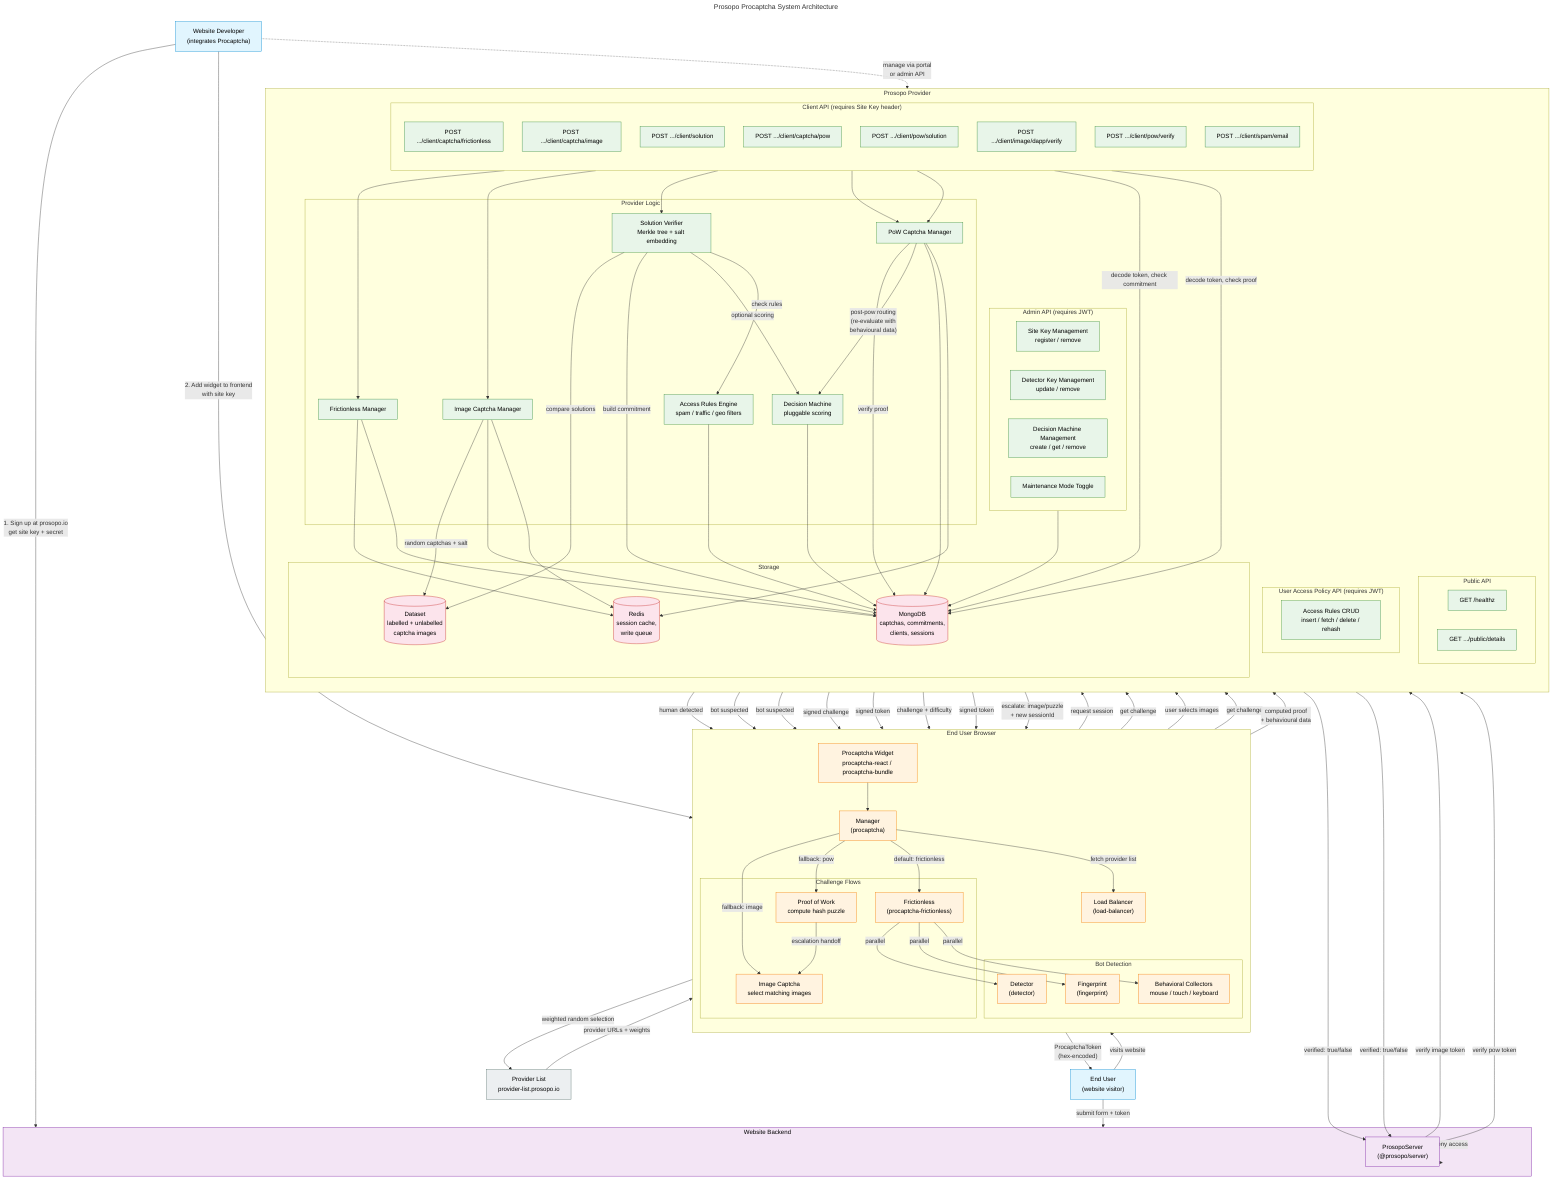
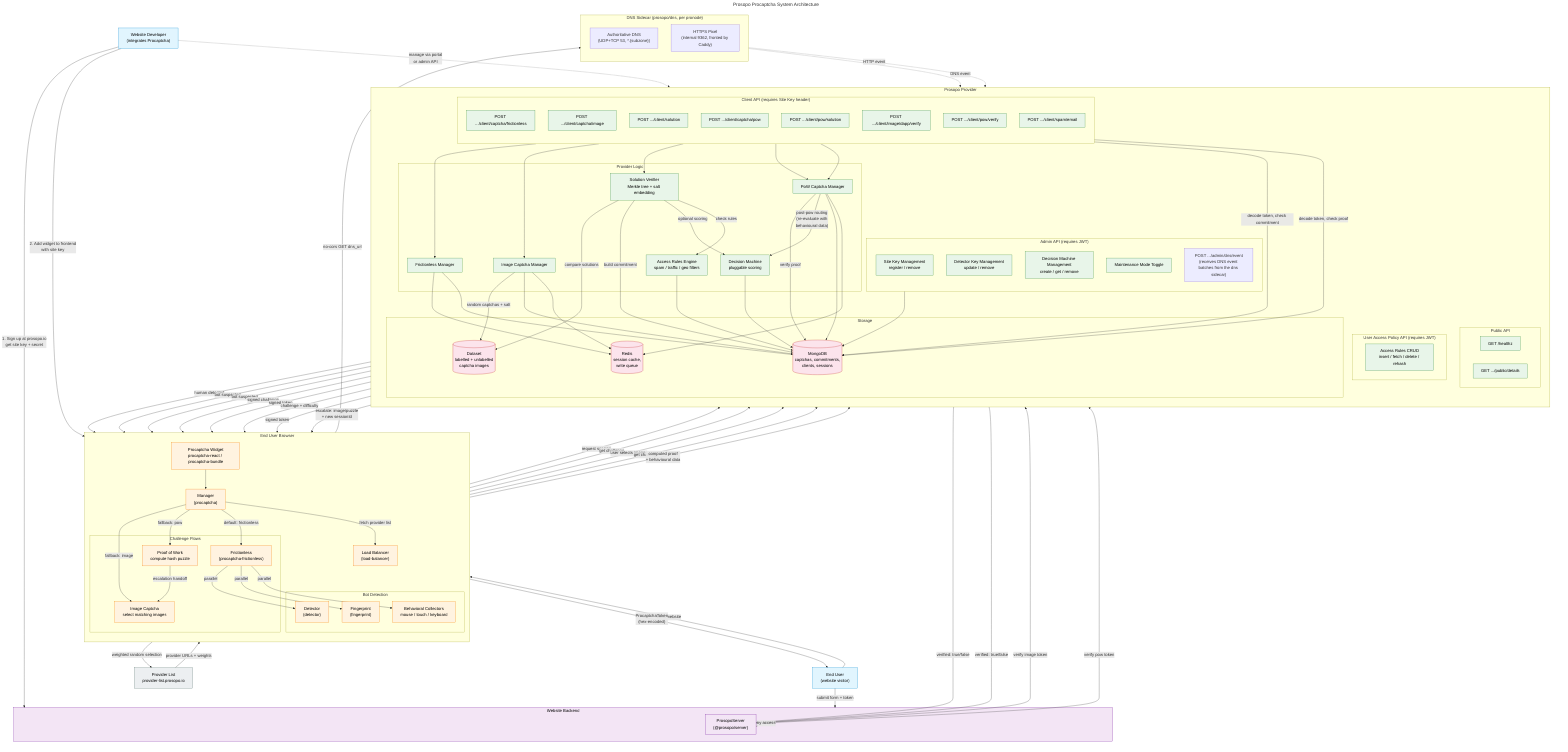
---
title: Prosopo Procaptcha System Architecture
---

graph TB
    %% ===== ACTORS =====
    Developer["Website Developer<br/>(integrates Procaptcha)"]
    EndUser["End User<br/>(website visitor)"]

    %% ===== CLIENT SIDE =====
    subgraph Browser["End User Browser"]
        direction TB
        Widget["Procaptcha Widget<br/>procaptcha-react / procaptcha-bundle"]
        Manager["Manager<br/>(procaptcha)"]
        LB["Load Balancer<br/>(load-balancer)"]

        subgraph Detection["Bot Detection"]
            Detector["Detector<br/>(detector)"]
            Fingerprint["Fingerprint<br/>(fingerprint)"]
            Behavioral["Behavioral Collectors<br/>mouse / touch / keyboard"]
        end

        subgraph CaptchaFlows["Challenge Flows"]
            Frictionless["Frictionless<br/>(procaptcha-frictionless)"]
            ImageCaptcha["Image Captcha<br/>select matching images"]
            PoW["Proof of Work<br/>compute hash puzzle"]
        end
    end

    %% ===== PROVIDER =====
    subgraph Provider["Prosopo Provider"]
        direction TB
        subgraph PublicAPI["Public API"]
            Healthz["GET /healthz"]
            Details["GET .../public/details"]
        end

        subgraph ClientAPI["Client API (requires Site Key header)"]
            direction TB
            FrictionlessEP["POST .../client/captcha/frictionless"]
            ImageChallengeEP["POST .../client/captcha/image"]
            ImageSolutionEP["POST .../client/solution"]
            PowChallengeEP["POST .../client/captcha/pow"]
            PowSolutionEP["POST .../client/pow/solution"]
            ImageVerifyEP["POST .../client/image/dapp/verify"]
            PowVerifyEP["POST .../client/pow/verify"]
            SpamEmailEP["POST .../client/spam/email"]
        end

        subgraph AdminAPI["Admin API (requires JWT)"]
            SiteKeyMgmt["Site Key Management<br/>register / remove"]
            DetectorMgmt["Detector Key Management<br/>update / remove"]
            DecisionMachineMgmt["Decision Machine Management<br/>create / get / remove"]
            MaintenanceToggle["Maintenance Mode Toggle"]
+             DnsEventEP["POST .../admin/dns/event<br/>(receives DNS event batches from the dns sidecar)"]
        end

        subgraph UapAPI["User Access Policy API (requires JWT)"]
            RulesCRUD["Access Rules CRUD<br/>insert / fetch / delete / rehash"]
        end

        subgraph ProviderLogic["Provider Logic"]
            ImgTasks["Image Captcha Manager"]
            PowTasks["PoW Captcha Manager"]
            FrictionlessTasks["Frictionless Manager"]
            SolutionVerifier["Solution Verifier<br/>Merkle tree + salt embedding"]
            DecisionMachine["Decision Machine<br/>pluggable scoring"]
            AccessRules["Access Rules Engine<br/>spam / traffic / geo filters"]
        end

        subgraph Storage["Storage"]
            MongoDB[(MongoDB<br/>captchas, commitments,<br/>clients, sessions)]
            Redis[(Redis<br/>session cache,<br/>write queue)]
            Dataset[(Dataset<br/>labelled + unlabelled<br/>captcha images)]
        end
    end

    %% ===== WEBSITE BACKEND =====
    subgraph DappBackend["Website Backend"]
        ServerPkg["ProsopoServer<br/>(@prosopo/server)"]
    end

    %% ===== EXTERNAL =====
    ProviderList["Provider List<br/>provider-list.prosopo.io"]
+ 
+     %% ===== DNS SIDECAR =====
+     subgraph DnsEventSidecar["DNS Sidecar (prosopo/dns, per pronode)"]
+         direction TB
+         DnsAuth["Authoritative DNS<br/>(UDP+TCP 53, *.{subzone})"]
+         DnsPixel["HTTPS Pixel<br/>(internal 9362, fronted by Caddy)"]
+     end
+ 
+     Widget -->|"no-cors GET dns_url"| DnsPixel
+     DnsAuth -.->|"DNS event"| DnsEventEP
+     DnsPixel -.->|"HTTP event"| DnsEventEP

    %% ===== DEVELOPER FLOW =====
    Developer -->|"1. Sign up at prosopo.io<br/>get site key + secret"| DappBackend
    Developer -->|"2. Add widget to frontend<br/>with site key"| Widget

    %% ===== USER FLOW =====
    EndUser -->|visits website| Widget
    Widget --> Manager
    Manager -->|fetch provider list| LB
    LB -->|weighted random selection| ProviderList
    ProviderList -->|provider URLs + weights| LB

    %% ===== FRICTIONLESS FLOW =====
    Manager -->|default: frictionless| Frictionless
    Frictionless -->|parallel| Detector
    Frictionless -->|parallel| Fingerprint
    Frictionless -->|parallel| Behavioral
    Frictionless -->|request session| FrictionlessEP

    FrictionlessEP --> FrictionlessTasks
    FrictionlessTasks --> Redis
    FrictionlessTasks -->|human detected| Manager
    FrictionlessTasks -->|bot suspected| ImageCaptcha
    FrictionlessTasks -->|bot suspected| PoW

    %% ===== IMAGE CAPTCHA FLOW =====
    Manager -->|fallback: image| ImageCaptcha
    ImageCaptcha -->|get challenge| ImageChallengeEP
    ImageChallengeEP --> ImgTasks
    ImgTasks -->|random captchas + salt| Dataset
    ImgTasks -->|signed challenge| ImageCaptcha
    ImageCaptcha -->|user selects images| ImageSolutionEP
    ImageSolutionEP --> SolutionVerifier
    SolutionVerifier -->|compare solutions| Dataset
    SolutionVerifier -->|build commitment| MongoDB
    SolutionVerifier -->|optional scoring| DecisionMachine
    SolutionVerifier -->|check rules| AccessRules
    SolutionVerifier -->|signed token| Manager

    %% ===== POW FLOW =====
    Manager -->|fallback: pow| PoW
    PoW -->|get challenge| PowChallengeEP
    PowChallengeEP --> PowTasks
    PowTasks -->|challenge + difficulty| PoW
    PoW -->|"computed proof<br/>+ behavioural data"| PowSolutionEP
    PowSolutionEP --> PowTasks
    PowTasks -->|verify proof| MongoDB
    PowTasks -->|"post-pow routing<br/>(re-evaluate with<br/>behavioural data)"| DecisionMachine
    PowTasks -->|signed token| Manager
    PowTasks -->|escalate: image/puzzle<br/>+ new sessionId| PoW
    PoW -->|escalation handoff| ImageCaptcha

    %% ===== TOKEN TO BACKEND =====
    Manager -->|"ProcaptchaToken<br/>(hex-encoded)"| EndUser
    EndUser -->|"submit form + token"| DappBackend

    %% ===== SERVER VERIFICATION =====
    DappBackend --> ServerPkg
    ServerPkg -->|verify image token| ImageVerifyEP
    ServerPkg -->|verify pow token| PowVerifyEP
    ImageVerifyEP -->|decode token, check commitment| MongoDB
    PowVerifyEP -->|decode token, check proof| MongoDB
    ImageVerifyEP -->|"verified: true/false"| ServerPkg
    PowVerifyEP -->|"verified: true/false"| ServerPkg
    ServerPkg -->|grant or deny access| DappBackend

    %% ===== ADMIN =====
    Developer -.->|"manage via portal<br/>or admin API"| AdminAPI
    AdminAPI --> MongoDB

    %% ===== STORAGE CONNECTIONS =====
    ImgTasks --> MongoDB
    PowTasks --> MongoDB
    FrictionlessTasks --> MongoDB
    AccessRules --> MongoDB
    DecisionMachine --> MongoDB
    ImgTasks --> Redis
    PowTasks --> Redis

    %% ===== STYLES =====
    classDef actor fill:#e1f5fe,stroke:#0288d1,color:#000
    classDef browser fill:#fff3e0,stroke:#f57c00,color:#000
    classDef provider fill:#e8f5e9,stroke:#388e3c,color:#000
    classDef storage fill:#fce4ec,stroke:#c62828,color:#000
    classDef backend fill:#f3e5f5,stroke:#7b1fa2,color:#000
    classDef external fill:#eceff1,stroke:#546e6a,color:#000

    class Developer,EndUser actor
    class Widget,Manager,LB,Detector,Fingerprint,Behavioral,Frictionless,ImageCaptcha,PoW browser
    class Healthz,Details,FrictionlessEP,ImageChallengeEP,ImageSolutionEP,PowChallengeEP,PowSolutionEP,ImageVerifyEP,PowVerifyEP,SpamEmailEP,SiteKeyMgmt,DetectorMgmt,DecisionMachineMgmt,MaintenanceToggle,RulesCRUD provider
    class ImgTasks,PowTasks,FrictionlessTasks,SolutionVerifier,DecisionMachine,AccessRules provider
    class MongoDB,Redis,Dataset storage
    class ServerPkg,DappBackend backend
    class ProviderList external
